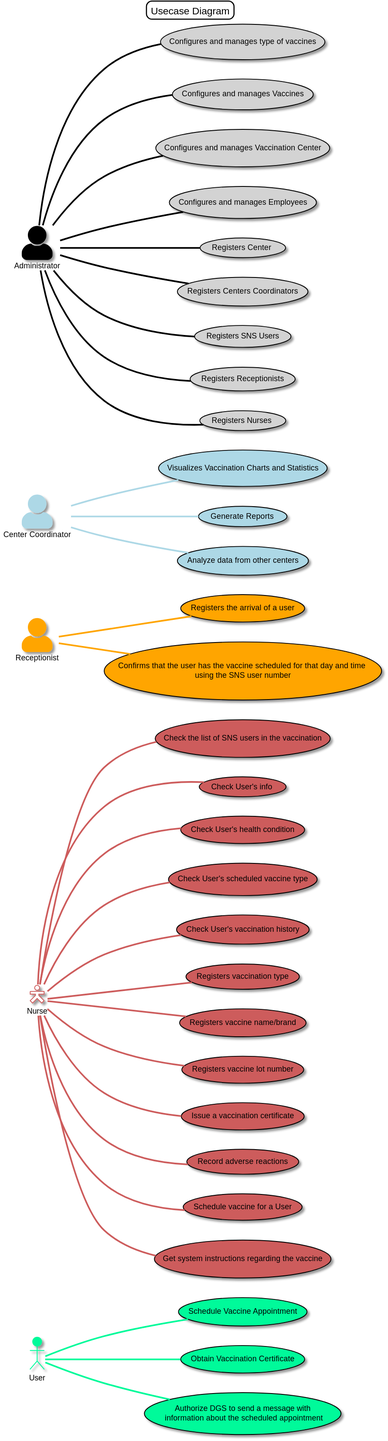
The PlantUML diagram docs/SprintA/UCD.svg in Pirussa/lei-22-s2-1da-g02, before a commit. The source it was exported from:
```plantuml
@startuml

left to right direction
title Usecase Diagram
skinparam titleBorderRoundCorner 20
skinparam titleBorderThickness 2
skinparam arrowThickness 3

Usecase UC27 as "Schedule Vaccine Appointment" #mediumSpringGreen;line:black
Usecase UC28 as "Obtain Vaccination Certificate" #mediumSpringGreen;line:black
Usecase UC29 as "Authorize DGS to send a message with\n information about the scheduled appointment" #mediumSpringGreen;line:black

:User: as U #mediumSpringGreen;line:mediumSpringGreen

U -d- UC27 #mediumSpringGreen
U -d- UC28 #mediumSpringGreen
U -d- UC29 #mediumSpringGreen





skinparam actorStyle Hollow
Usecase UC13 as "Check the list of SNS users in the vaccination"  #indianRed;line:black
Usecase UC14 as "Check User's info" #indianRed;line:black
Usecase UC15 as "Check User's health condition" #indianRed;line:black
Usecase UC16 as "Check User's scheduled vaccine type" #indianRed;line:black
Usecase UC17 as "Check User's vaccination history" #indianRed;line:black
Usecase UC18 as "Registers vaccination type" #indianRed;line:black
Usecase UC19 as "Registers vaccine name/brand" #indianRed;line:black
Usecase UC20 as "Registers vaccine lot number" #indianRed;line:black
Usecase UC21 as "Issue a vaccination certificate" #indianRed;line:black
Usecase UC22 as "Record adverse reactions" #indianRed;line:black
Usecase UC23 as "Schedule vaccine for a User" #indianRed;line:black
Usecase UC24 as "Get system instructions regarding the vaccine" #indianRed;line:black

:Nurse: as N #white;line:indianRed
N -d- UC13 #indianRed
N -d- UC14 #indianRed
N -d- UC15 #indianRed
N -d- UC16 #indianRed
N -d- UC17 #indianRed
N -d- UC18 #indianRed
N -d- UC19 #indianRed
N -d- UC20 #indianRed
N -d- UC21 #indianRed
N -d- UC22 #indianRed
N -d- UC23 #indianRed
N -d- UC24 #indianRed

skinparam actorStyle awesome


Usecase UC25 as "Registers the arrival of a user" #orange;line:black
Usecase UC26 as "Confirms that the user has the vaccine scheduled for that day and time \n using the SNS user number "  #orange;line:black

:Receptionist: as R #orange;line:orange
R -d- UC25  #orange;line:orange
R -d- UC26  #orange;line:orange


Usecase UC10 as "Visualizes Vaccination Charts and Statistics" #lightblue;line:black
Usecase UC11 as "Generate Reports" #lightblue;line:black
Usecase UC12 as "Analyze data from other centers" #lightblue;line:black

:Center Coordinator: as CC #lightblue;line:lightblue;
CC -d- UC10 #lightblue;line:lightblue
CC -d- UC11 #lightblue;line:lightblue
CC -d- UC12 #lightblue;line:lightblue


Usecase UC1 as "Configures and manages type of vaccines"   #lightgrey;line:black
Usecase UC2 as "Configures and manages Vaccines"  #lightgrey;line:black
Usecase UC3 as "Configures and manages Vaccination Center"   #lightgrey;line:black
Usecase UC4 as "Configures and manages Employees"  #lightgrey;line:black
Usecase UC5 as "Registers Center" #lightgrey;line:black
Usecase UC6 as "Registers Centers Coordinators" #lightgrey;line:black
Usecase UC7 as "Registers SNS Users" #lightgrey;line:black
Usecase UC8 as "Registers Receptionists" #lightgrey;line:black
Usecase UC9 as "Registers Nurses" #lightgrey;line:black


:Administrator: as A #black;line:black
A -d- UC1 #black;line:black
A -d- UC2 #black;line:black
A -d- UC3 #black;line:black
A -d- UC4 #black;line:black
A -d- UC5 #black;line:black
A -d- UC6 #black;line:black
A -d- UC7 #black;line:black
A -d- UC8 #black;line:black
A -d- UC9 #black;line:black





@enduml
```
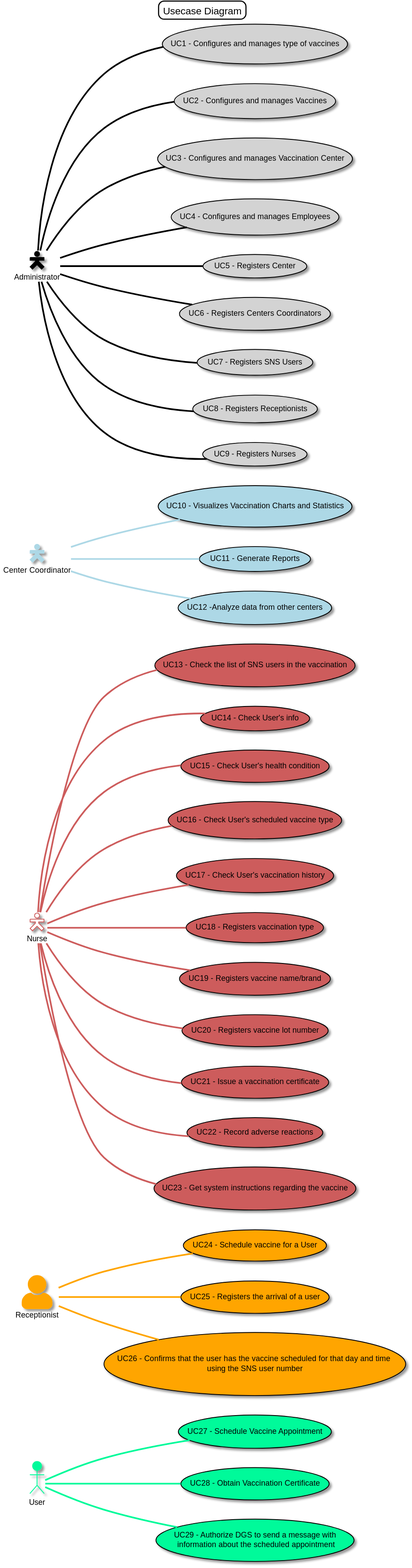
The same diagram one commit later.

The edit, as a diff of the source:
```diff
@@ -6,9 +6,9 @@
 skinparam titleBorderThickness 2
 skinparam arrowThickness 3
 
-Usecase UC27 as "Schedule Vaccine Appointment" #mediumSpringGreen;line:black
-Usecase UC28 as "Obtain Vaccination Certificate" #mediumSpringGreen;line:black
-Usecase UC29 as "Authorize DGS to send a message with\n information about the scheduled appointment" #mediumSpringGreen;line:black
+Usecase UC27 as "UC27 - Schedule Vaccine Appointment" #mediumSpringGreen;line:black
+Usecase UC28 as "UC28 - Obtain Vaccination Certificate" #mediumSpringGreen;line:black
+Usecase UC29 as "UC29 - Authorize DGS to send a message with\n information about the scheduled appointment" #mediumSpringGreen;line:black
 
 :User: as U #mediumSpringGreen;line:mediumSpringGreen
 
@@ -17,22 +17,32 @@
 U -d- UC29 #mediumSpringGreen
 
 
+skinparam actorStyle awesome
+
+
+Usecase UC24 as "UC24 - Schedule vaccine for a User" #orange;line:black
+Usecase UC25 as "UC25 - Registers the arrival of a user" #orange;line:black
+Usecase UC26 as "UC26 - Confirms that the user has the vaccine scheduled for that day and time \n using the SNS user number "  #orange;line:black
+
+:Receptionist: as R #orange;line:orange
+R -d- UC24 #orange;line:orange
+R -d- UC25  #orange;line:orange
+R -d- UC26  #orange;line:orange
 
 
 
 skinparam actorStyle Hollow
-Usecase UC13 as "Check the list of SNS users in the vaccination"  #indianRed;line:black
-Usecase UC14 as "Check User's info" #indianRed;line:black
-Usecase UC15 as "Check User's health condition" #indianRed;line:black
-Usecase UC16 as "Check User's scheduled vaccine type" #indianRed;line:black
-Usecase UC17 as "Check User's vaccination history" #indianRed;line:black
-Usecase UC18 as "Registers vaccination type" #indianRed;line:black
-Usecase UC19 as "Registers vaccine name/brand" #indianRed;line:black
-Usecase UC20 as "Registers vaccine lot number" #indianRed;line:black
-Usecase UC21 as "Issue a vaccination certificate" #indianRed;line:black
-Usecase UC22 as "Record adverse reactions" #indianRed;line:black
-Usecase UC23 as "Schedule vaccine for a User" #indianRed;line:black
-Usecase UC24 as "Get system instructions regarding the vaccine" #indianRed;line:black
+Usecase UC13 as "UC13 - Check the list of SNS users in the vaccination"  #indianRed;line:black
+Usecase UC14 as "UC14 - Check User's info" #indianRed;line:black
+Usecase UC15 as "UC15 - Check User's health condition" #indianRed;line:black
+Usecase UC16 as "UC16 - Check User's scheduled vaccine type" #indianRed;line:black
+Usecase UC17 as "UC17 - Check User's vaccination history" #indianRed;line:black
+Usecase UC18 as "UC18 - Registers vaccination type" #indianRed;line:black
+Usecase UC19 as "UC19 - Registers vaccine name/brand" #indianRed;line:black
+Usecase UC20 as "UC20 - Registers vaccine lot number" #indianRed;line:black
+Usecase UC21 as "UC21 - Issue a vaccination certificate" #indianRed;line:black
+Usecase UC22 as "UC22 - Record adverse reactions" #indianRed;line:black
+Usecase UC23 as "UC23 - Get system instructions regarding the vaccine" #indianRed;line:black
 
 :Nurse: as N #white;line:indianRed
 N -d- UC13 #indianRed
@@ -46,22 +56,12 @@
 N -d- UC21 #indianRed
 N -d- UC22 #indianRed
 N -d- UC23 #indianRed
-N -d- UC24 #indianRed
-
-skinparam actorStyle awesome
 
 
-Usecase UC25 as "Registers the arrival of a user" #orange;line:black
-Usecase UC26 as "Confirms that the user has the vaccine scheduled for that day and time \n using the SNS user number "  #orange;line:black
 
-:Receptionist: as R #orange;line:orange
-R -d- UC25  #orange;line:orange
-R -d- UC26  #orange;line:orange
-
-
-Usecase UC10 as "Visualizes Vaccination Charts and Statistics" #lightblue;line:black
-Usecase UC11 as "Generate Reports" #lightblue;line:black
-Usecase UC12 as "Analyze data from other centers" #lightblue;line:black
+Usecase UC10 as "UC10 - Visualizes Vaccination Charts and Statistics" #lightblue;line:black
+Usecase UC11 as "UC11 - Generate Reports" #lightblue;line:black
+Usecase UC12 as "UC12 -Analyze data from other centers" #lightblue;line:black
 
 :Center Coordinator: as CC #lightblue;line:lightblue;
 CC -d- UC10 #lightblue;line:lightblue
@@ -69,15 +69,15 @@
 CC -d- UC12 #lightblue;line:lightblue
 
 
-Usecase UC1 as "Configures and manages type of vaccines"   #lightgrey;line:black
-Usecase UC2 as "Configures and manages Vaccines"  #lightgrey;line:black
-Usecase UC3 as "Configures and manages Vaccination Center"   #lightgrey;line:black
-Usecase UC4 as "Configures and manages Employees"  #lightgrey;line:black
-Usecase UC5 as "Registers Center" #lightgrey;line:black
-Usecase UC6 as "Registers Centers Coordinators" #lightgrey;line:black
-Usecase UC7 as "Registers SNS Users" #lightgrey;line:black
-Usecase UC8 as "Registers Receptionists" #lightgrey;line:black
-Usecase UC9 as "Registers Nurses" #lightgrey;line:black
+Usecase UC1 as "UC1 - Configures and manages type of vaccines"   #lightgrey;line:black
+Usecase UC2 as "UC2 - Configures and manages Vaccines"  #lightgrey;line:black
+Usecase UC3 as "UC3 - Configures and manages Vaccination Center"   #lightgrey;line:black
+Usecase UC4 as "UC4 - Configures and manages Employees"  #lightgrey;line:black
+Usecase UC5 as "UC5 - Registers Center" #lightgrey;line:black
+Usecase UC6 as "UC6 - Registers Centers Coordinators" #lightgrey;line:black
+Usecase UC7 as "UC7 - Registers SNS Users" #lightgrey;line:black
+Usecase UC8 as "UC8 - Registers Receptionists" #lightgrey;line:black
+Usecase UC9 as "UC9 - Registers Nurses" #lightgrey;line:black
 
 
 :Administrator: as A #black;line:black
```
